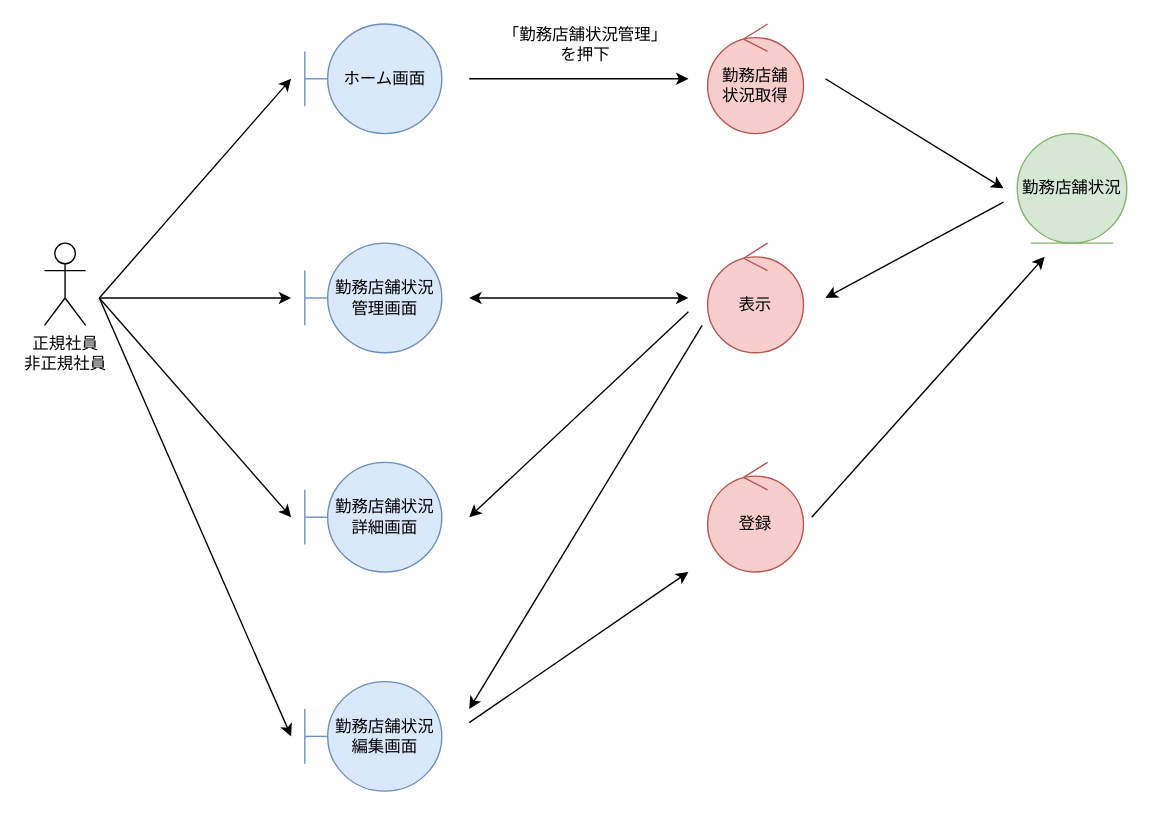
The draw.io diagram page "勤務店舗情報管理" (6 of 7) of 各種設計書/3ロバストネス図/人事管理/従業員情報管理.drawio in HaruShim/Sotuken, before the edit. Source tidied: cells renumbered, new cells numbered last; positions are measured from the earlier drawing's top-left corner, leaving out a move shared by most shapes. Both pictures are drawn from the tidied source at 137%, with x=0, y=0 at pixel (44, 23).
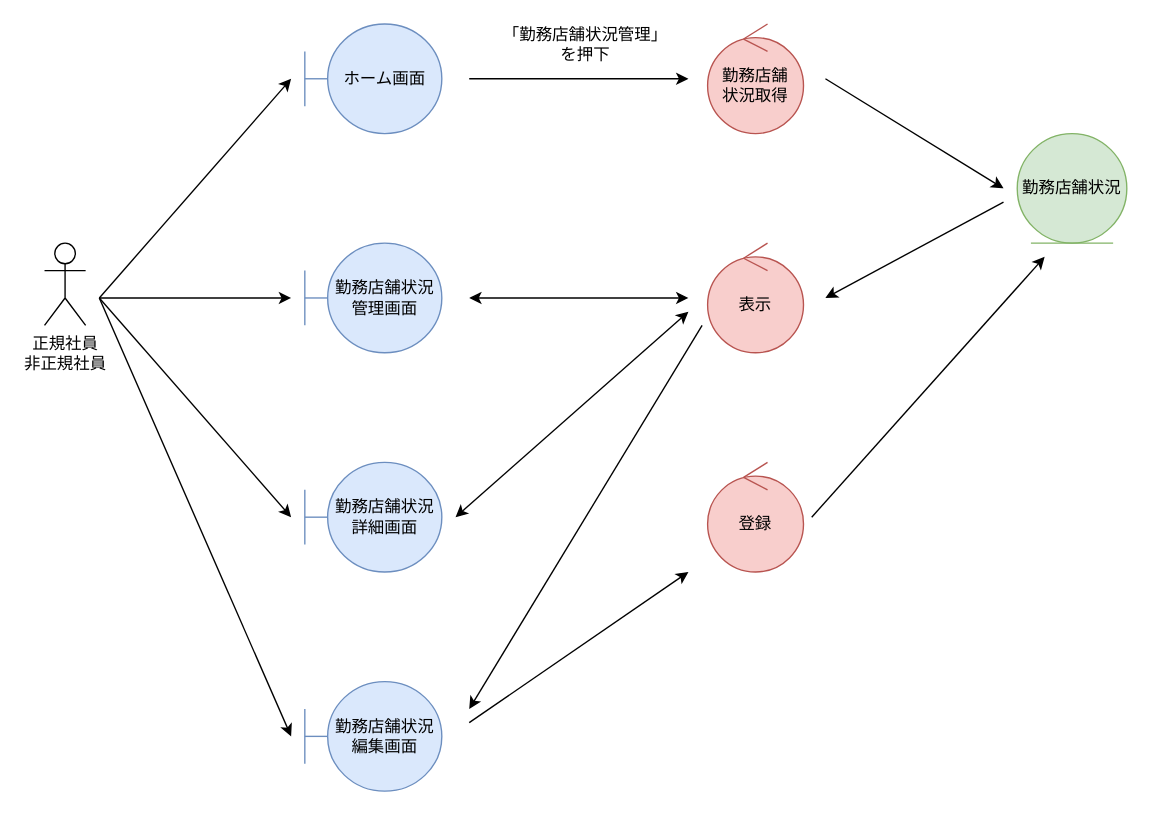
Above is the later version.

What changed in the source:
```diff
@@
-    <mxCell id="16" style="endArrow=classic;html=1;rounded=0;" parent="1" edge="1">
-      <mxGeometry relative="1" as="geometry">
-        <mxPoint x="470" y="210" as="sourcePoint" />
-        <mxPoint x="310" y="360" as="targetPoint" />
-      </mxGeometry>
-    </mxCell>
@@
+    <mxCell id="24" style="endArrow=classic;startArrow=classic;html=1;rounded=0;" parent="1" edge="1">
+      <mxGeometry relative="1" as="geometry">
+        <mxPoint x="300" y="360" as="sourcePoint" />
+        <mxPoint x="470" y="210" as="targetPoint" />
+      </mxGeometry>
+    </mxCell>
```
